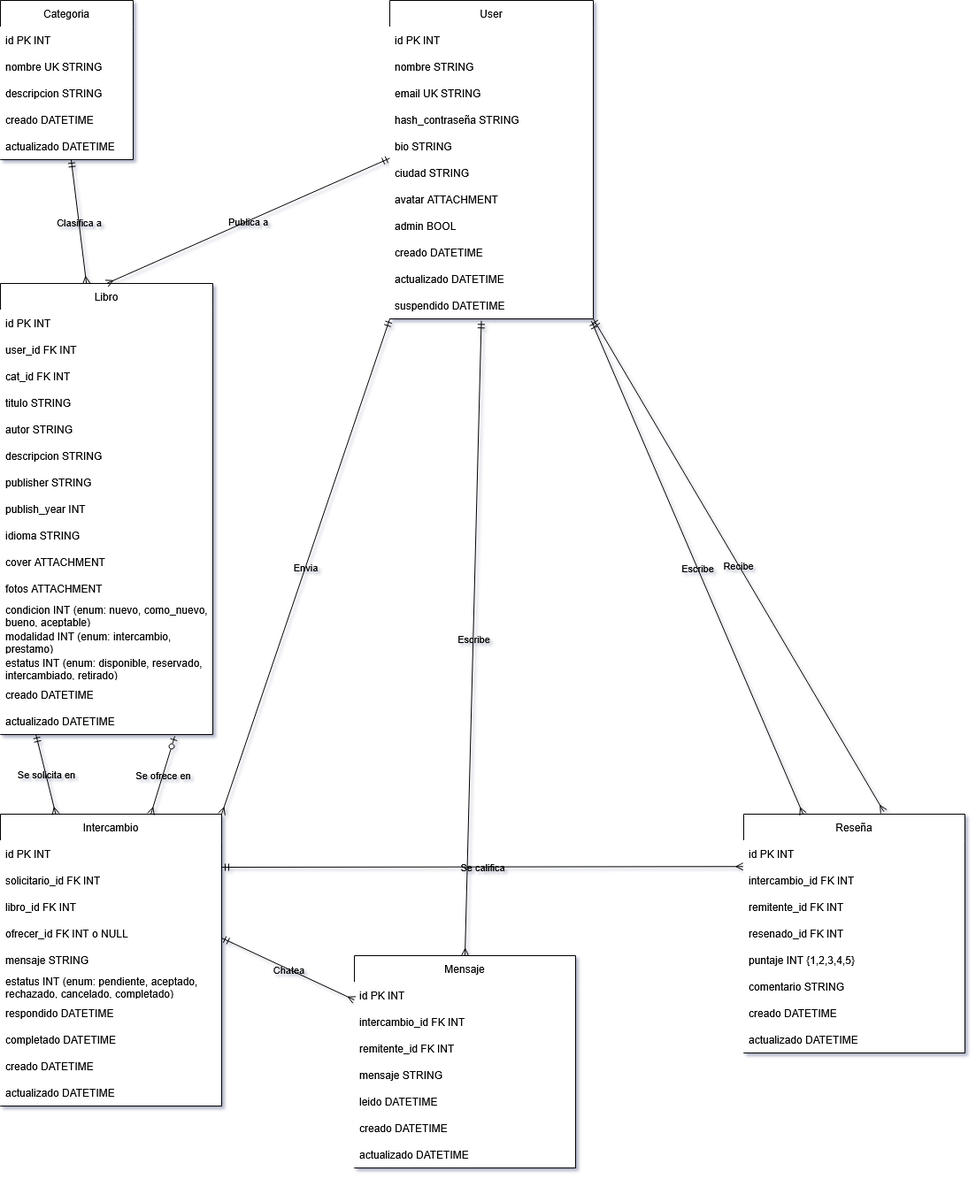
Earlier version of the draw.io export docs/modelo_er.png (vichoe/iic2143-proyecto-217). Source tidied: cells renumbered, new cells last; positions are measured from the earlier drawing's top-left corner, leaving out a move shared by most shapes.
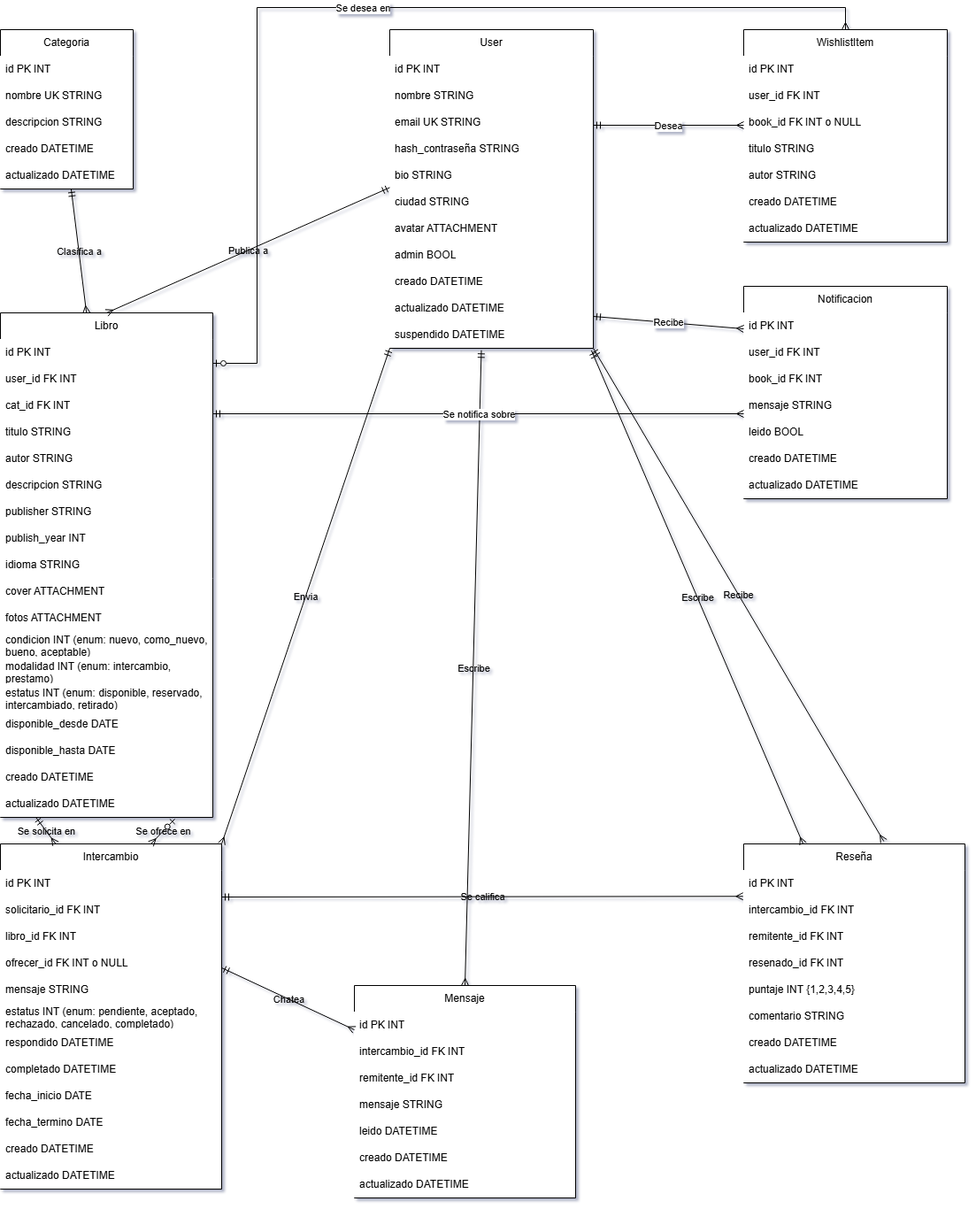
Above is the later version.

Commit message:
docs: actualizar diagrama E/R con fechas de préstamo, wishlist y notificaciones

The edit, as a diff of the source:
```diff
@@ -21,7 +21,7 @@
       <mxGeometry y="150" width="150" height="30" as="geometry" />
     </mxCell>
     <mxCell id="8" value="Libro" style="swimlane;fontStyle=0;horizontal=1;startSize=30;whiteSpace=wrap;html=1;labelBackgroundColor=none;fillStyle=solid;fillColor=default;" parent="1" vertex="1">
-      <mxGeometry y="320" width="240" height="510" as="geometry" />
+      <mxGeometry y="320" width="240" height="570" as="geometry" />
     </mxCell>
     <mxCell id="9" value="id PK INT" style="text;strokeColor=none;fillColor=default;align=left;verticalAlign=middle;spacingLeft=4;spacingRight=4;overflow=hidden;whiteSpace=wrap;html=1;labelBackgroundColor=none;" parent="8" vertex="1">
       <mxGeometry y="30" width="240" height="30" as="geometry" />
@@ -65,11 +65,17 @@
     <mxCell id="22" value="estatus INT (enum: disponible, reservado, intercambiado, retirado)" style="text;strokeColor=none;fillColor=default;align=left;verticalAlign=middle;spacingLeft=4;spacingRight=4;overflow=hidden;whiteSpace=wrap;html=1;labelBackgroundColor=none;" parent="8" vertex="1">
       <mxGeometry y="420" width="240" height="30" as="geometry" />
     </mxCell>
+    <mxCell id="85" value="disponible_desde DATE" style="text;strokeColor=none;fillColor=default;align=left;verticalAlign=middle;spacingLeft=4;spacingRight=4;overflow=hidden;whiteSpace=wrap;html=1;labelBackgroundColor=none;" parent="8" vertex="1">
+      <mxGeometry y="450" width="240" height="30" as="geometry" />
+    </mxCell>
+    <mxCell id="86" value="disponible_hasta DATE" style="text;strokeColor=none;fillColor=default;align=left;verticalAlign=middle;spacingLeft=4;spacingRight=4;overflow=hidden;whiteSpace=wrap;html=1;labelBackgroundColor=none;" parent="8" vertex="1">
+      <mxGeometry y="480" width="240" height="30" as="geometry" />
+    </mxCell>
     <mxCell id="23" value="&lt;div&gt;creado DATETIME&lt;/div&gt;" style="text;strokeColor=none;fillColor=default;align=left;verticalAlign=middle;spacingLeft=4;spacingRight=4;overflow=hidden;whiteSpace=wrap;html=1;labelBackgroundColor=none;" parent="8" vertex="1">
-      <mxGeometry y="450" width="240" height="30" as="geometry" />
+      <mxGeometry y="510" width="240" height="30" as="geometry" />
     </mxCell>
     <mxCell id="24" value="&lt;div&gt;actualizado DATETIME&lt;/div&gt;" style="text;strokeColor=none;fillColor=default;align=left;verticalAlign=middle;spacingLeft=4;spacingRight=4;overflow=hidden;points=[[0,0.5],[1,0.5]];portConstraint=eastwest;whiteSpace=wrap;html=1;labelBackgroundColor=none;" parent="8" vertex="1">
-      <mxGeometry y="480" width="240" height="30" as="geometry" />
+      <mxGeometry y="540" width="240" height="30" as="geometry" />
     </mxCell>
     <mxCell id="25" value="User" style="swimlane;fontStyle=0;horizontal=1;startSize=30;whiteSpace=wrap;html=1;labelBackgroundColor=none;fillColor=default;" parent="1" vertex="1">
       <mxGeometry x="440" width="230" height="360" as="geometry" />
@@ -108,7 +114,7 @@
       <mxGeometry y="330" width="230" height="30" as="geometry" />
     </mxCell>
     <mxCell id="37" value="Intercambio" style="swimlane;fontStyle=0;horizontal=1;startSize=30;whiteSpace=wrap;html=1;labelBackgroundColor=none;fillColor=default;" parent="1" vertex="1">
-      <mxGeometry y="920" width="250" height="330" as="geometry" />
+      <mxGeometry y="920" width="250" height="390" as="geometry" />
     </mxCell>
     <mxCell id="38" value="id PK INT" style="text;strokeColor=none;fillColor=default;align=left;verticalAlign=middle;spacingLeft=4;spacingRight=4;overflow=hidden;whiteSpace=wrap;html=1;labelBackgroundColor=none;" parent="37" vertex="1">
       <mxGeometry y="30" width="250" height="30" as="geometry" />
@@ -134,11 +140,17 @@
     <mxCell id="45" value="completado DATETIME" style="text;strokeColor=none;fillColor=default;align=left;verticalAlign=middle;spacingLeft=4;spacingRight=4;overflow=hidden;whiteSpace=wrap;html=1;labelBackgroundColor=none;" parent="37" vertex="1">
       <mxGeometry y="240" width="250" height="30" as="geometry" />
     </mxCell>
+    <mxCell id="87" value="fecha_inicio DATE" style="text;strokeColor=none;fillColor=default;align=left;verticalAlign=middle;spacingLeft=4;spacingRight=4;overflow=hidden;whiteSpace=wrap;html=1;labelBackgroundColor=none;" parent="37" vertex="1">
+      <mxGeometry y="270" width="250" height="30" as="geometry" />
+    </mxCell>
+    <mxCell id="88" value="fecha_termino DATE" style="text;strokeColor=none;fillColor=default;align=left;verticalAlign=middle;spacingLeft=4;spacingRight=4;overflow=hidden;whiteSpace=wrap;html=1;labelBackgroundColor=none;" parent="37" vertex="1">
+      <mxGeometry y="300" width="250" height="30" as="geometry" />
+    </mxCell>
     <mxCell id="46" value="creado DATETIME" style="text;strokeColor=none;fillColor=default;align=left;verticalAlign=middle;spacingLeft=4;spacingRight=4;overflow=hidden;whiteSpace=wrap;html=1;labelBackgroundColor=none;" parent="37" vertex="1">
-      <mxGeometry y="270" width="250" height="30" as="geometry" />
+      <mxGeometry y="330" width="250" height="30" as="geometry" />
     </mxCell>
     <mxCell id="47" value="actualizado DATETIME" style="text;strokeColor=none;fillColor=default;align=left;verticalAlign=middle;spacingLeft=4;spacingRight=4;overflow=hidden;whiteSpace=wrap;html=1;labelBackgroundColor=none;" parent="37" vertex="1">
-      <mxGeometry y="300" width="250" height="30" as="geometry" />
+      <mxGeometry y="360" width="250" height="30" as="geometry" />
     </mxCell>
     <mxCell id="48" value="Mensaje" style="swimlane;fontStyle=0;horizontal=1;startSize=30;whiteSpace=wrap;html=1;labelBackgroundColor=none;fillColor=default;" parent="1" vertex="1">
       <mxGeometry x="400" y="1080" width="250" height="240" as="geometry" />
@@ -255,5 +267,83 @@
     <mxCell id="84" value="&lt;div&gt;Recibe&lt;/div&gt;" style="edgeLabel;html=1;align=center;verticalAlign=middle;labelBackgroundColor=none;" parent="83" vertex="1">
       <mxGeometry relative="1" as="geometry" />
     </mxCell>
+    <mxCell id="89" value="WishlistItem" style="swimlane;fontStyle=0;horizontal=1;startSize=30;whiteSpace=wrap;html=1;labelBackgroundColor=none;fillColor=default;" parent="1" vertex="1">
+      <mxGeometry x="840" width="230" height="240" as="geometry" />
+    </mxCell>
+    <mxCell id="90" value="id PK INT" style="text;strokeColor=none;fillColor=default;align=left;verticalAlign=middle;spacingLeft=4;spacingRight=4;overflow=hidden;whiteSpace=wrap;html=1;labelBackgroundColor=none;" parent="89" vertex="1">
+      <mxGeometry y="30" width="230" height="30" as="geometry" />
+    </mxCell>
+    <mxCell id="91" value="user_id FK INT" style="text;strokeColor=none;fillColor=default;align=left;verticalAlign=middle;spacingLeft=4;spacingRight=4;overflow=hidden;whiteSpace=wrap;html=1;labelBackgroundColor=none;" parent="89" vertex="1">
+      <mxGeometry y="60" width="230" height="30" as="geometry" />
+    </mxCell>
+    <mxCell id="92" value="book_id FK INT o NULL" style="text;strokeColor=none;fillColor=default;align=left;verticalAlign=middle;spacingLeft=4;spacingRight=4;overflow=hidden;whiteSpace=wrap;html=1;labelBackgroundColor=none;" parent="89" vertex="1">
+      <mxGeometry y="90" width="230" height="30" as="geometry" />
+    </mxCell>
+    <mxCell id="93" value="titulo STRING" style="text;strokeColor=none;fillColor=default;align=left;verticalAlign=middle;spacingLeft=4;spacingRight=4;overflow=hidden;whiteSpace=wrap;html=1;labelBackgroundColor=none;" parent="89" vertex="1">
+      <mxGeometry y="120" width="230" height="30" as="geometry" />
+    </mxCell>
+    <mxCell id="94" value="autor STRING" style="text;strokeColor=none;fillColor=default;align=left;verticalAlign=middle;spacingLeft=4;spacingRight=4;overflow=hidden;whiteSpace=wrap;html=1;labelBackgroundColor=none;" parent="89" vertex="1">
+      <mxGeometry y="150" width="230" height="30" as="geometry" />
+    </mxCell>
+    <mxCell id="95" value="creado DATETIME" style="text;strokeColor=none;fillColor=default;align=left;verticalAlign=middle;spacingLeft=4;spacingRight=4;overflow=hidden;whiteSpace=wrap;html=1;labelBackgroundColor=none;" parent="89" vertex="1">
+      <mxGeometry y="180" width="230" height="30" as="geometry" />
+    </mxCell>
+    <mxCell id="96" value="actualizado DATETIME" style="text;strokeColor=none;fillColor=default;align=left;verticalAlign=middle;spacingLeft=4;spacingRight=4;overflow=hidden;whiteSpace=wrap;html=1;labelBackgroundColor=none;" parent="89" vertex="1">
+      <mxGeometry y="210" width="230" height="30" as="geometry" />
+    </mxCell>
+    <mxCell id="97" value="Notificacion" style="swimlane;fontStyle=0;horizontal=1;startSize=30;whiteSpace=wrap;html=1;labelBackgroundColor=none;fillColor=default;" parent="1" vertex="1">
+      <mxGeometry x="840" y="290" width="230" height="240" as="geometry" />
+    </mxCell>
+    <mxCell id="98" value="id PK INT" style="text;strokeColor=none;fillColor=default;align=left;verticalAlign=middle;spacingLeft=4;spacingRight=4;overflow=hidden;whiteSpace=wrap;html=1;labelBackgroundColor=none;" parent="97" vertex="1">
+      <mxGeometry y="30" width="230" height="30" as="geometry" />
+    </mxCell>
+    <mxCell id="99" value="user_id FK INT" style="text;strokeColor=none;fillColor=default;align=left;verticalAlign=middle;spacingLeft=4;spacingRight=4;overflow=hidden;whiteSpace=wrap;html=1;labelBackgroundColor=none;" parent="97" vertex="1">
+      <mxGeometry y="60" width="230" height="30" as="geometry" />
+    </mxCell>
+    <mxCell id="100" value="book_id FK INT" style="text;strokeColor=none;fillColor=default;align=left;verticalAlign=middle;spacingLeft=4;spacingRight=4;overflow=hidden;whiteSpace=wrap;html=1;labelBackgroundColor=none;" parent="97" vertex="1">
+      <mxGeometry y="90" width="230" height="30" as="geometry" />
+    </mxCell>
+    <mxCell id="101" value="mensaje STRING" style="text;strokeColor=none;fillColor=default;align=left;verticalAlign=middle;spacingLeft=4;spacingRight=4;overflow=hidden;whiteSpace=wrap;html=1;labelBackgroundColor=none;" parent="97" vertex="1">
+      <mxGeometry y="120" width="230" height="30" as="geometry" />
+    </mxCell>
+    <mxCell id="102" value="leido BOOL" style="text;strokeColor=none;fillColor=default;align=left;verticalAlign=middle;spacingLeft=4;spacingRight=4;overflow=hidden;whiteSpace=wrap;html=1;labelBackgroundColor=none;" parent="97" vertex="1">
+      <mxGeometry y="150" width="230" height="30" as="geometry" />
+    </mxCell>
+    <mxCell id="103" value="creado DATETIME" style="text;strokeColor=none;fillColor=default;align=left;verticalAlign=middle;spacingLeft=4;spacingRight=4;overflow=hidden;whiteSpace=wrap;html=1;labelBackgroundColor=none;" parent="97" vertex="1">
+      <mxGeometry y="180" width="230" height="30" as="geometry" />
+    </mxCell>
+    <mxCell id="104" value="actualizado DATETIME" style="text;strokeColor=none;fillColor=default;align=left;verticalAlign=middle;spacingLeft=4;spacingRight=4;overflow=hidden;whiteSpace=wrap;html=1;labelBackgroundColor=none;" parent="97" vertex="1">
+      <mxGeometry y="210" width="230" height="30" as="geometry" />
+    </mxCell>
+    <mxCell id="105" style="endArrow=ERmany;html=1;rounded=0;endFill=0;startArrow=ERmandOne;startFill=0;labelBackgroundColor=default;fontColor=default;exitX=1;exitY=0.3;exitDx=0;exitDy=0;entryX=0;entryY=0.45;entryDx=0;entryDy=0;" parent="1" edge="1" source="25" target="89">
+      <mxGeometry relative="1" as="geometry" />
+    </mxCell>
+    <mxCell id="106" value="Desea" style="edgeLabel;html=1;align=center;verticalAlign=middle;labelBackgroundColor=default;" parent="105" vertex="1">
+      <mxGeometry relative="1" as="geometry" />
+    </mxCell>
+    <mxCell id="107" style="endArrow=ERmany;html=1;rounded=0;endFill=0;startArrow=ERmandOne;startFill=0;labelBackgroundColor=default;fontColor=default;exitX=1;exitY=0.9;exitDx=0;exitDy=0;entryX=0;entryY=0.2;entryDx=0;entryDy=0;" parent="1" edge="1" source="25" target="97">
+      <mxGeometry relative="1" as="geometry" />
+    </mxCell>
+    <mxCell id="108" value="Recibe" style="edgeLabel;html=1;align=center;verticalAlign=middle;labelBackgroundColor=default;" parent="107" vertex="1">
+      <mxGeometry relative="1" as="geometry" />
+    </mxCell>
+    <mxCell id="109" style="endArrow=ERmany;html=1;rounded=0;endFill=0;startArrow=ERzeroToOne;startFill=0;labelBackgroundColor=default;fontColor=default;edgeStyle=orthogonalEdgeStyle;exitX=1;exitY=0.1;exitDx=0;exitDy=0;entryX=0.5;entryY=0;entryDx=0;entryDy=0;" parent="1" edge="1" source="8" target="89">
+      <mxGeometry relative="1" as="geometry">
+        <Array as="points">
+          <mxPoint x="290" y="377" />
+          <mxPoint x="290" y="-25" />
+          <mxPoint x="955" y="-25" />
+        </Array>
+      </mxGeometry>
+    </mxCell>
+    <mxCell id="110" value="Se desea en" style="edgeLabel;html=1;align=center;verticalAlign=middle;labelBackgroundColor=default;" parent="109" vertex="1">
+      <mxGeometry relative="1" as="geometry" />
+    </mxCell>
+    <mxCell id="111" style="endArrow=ERmany;html=1;rounded=0;endFill=0;startArrow=ERmandOne;startFill=0;labelBackgroundColor=default;fontColor=default;edgeStyle=orthogonalEdgeStyle;exitX=1;exitY=0.2;exitDx=0;exitDy=0;entryX=0;entryY=0.6;entryDx=0;entryDy=0;" parent="1" edge="1" source="8" target="97">
+      <mxGeometry relative="1" as="geometry" />
+    </mxCell>
+    <mxCell id="112" value="Se notifica sobre" style="edgeLabel;html=1;align=center;verticalAlign=middle;labelBackgroundColor=default;" parent="111" vertex="1">
+      <mxGeometry relative="1" as="geometry" />
+    </mxCell>
   </root>
 </mxGraphModel>
```
